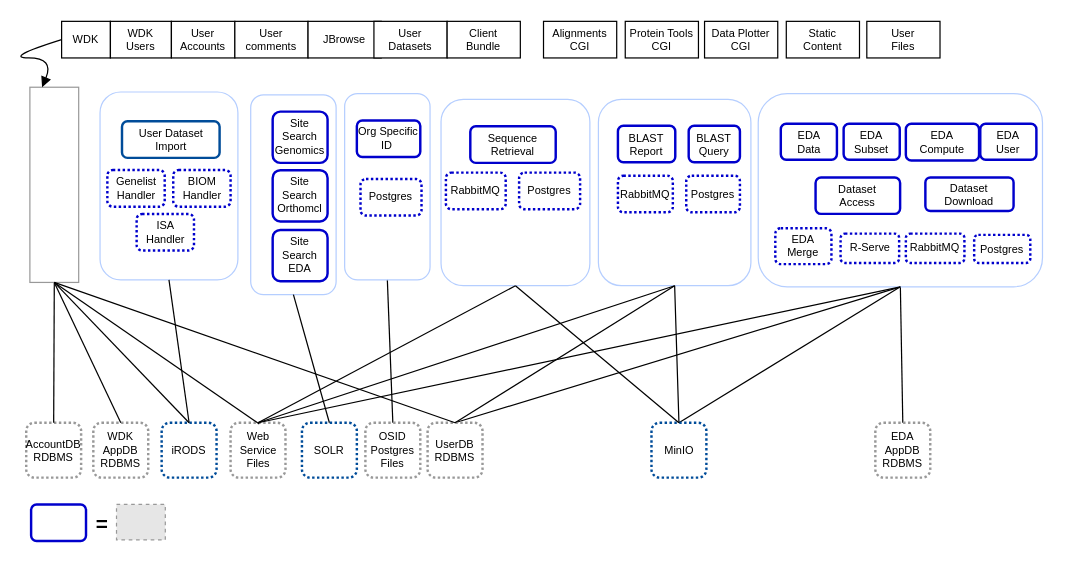
VEuPathDB/diagrams keeps this draw.io diagram as drawio/backend.drawio. Above is the earlier version. Source tidied: cells renumbered, new cells numbered last; positions are measured from the earlier drawing's top-left corner, leaving out a move shared by most shapes. Both pictures are drawn from the tidied source at 122%, with x=0, y=0 at pixel (2, 21). Pictures stored in the file or linked from it are replaced by grey dashed boxes.
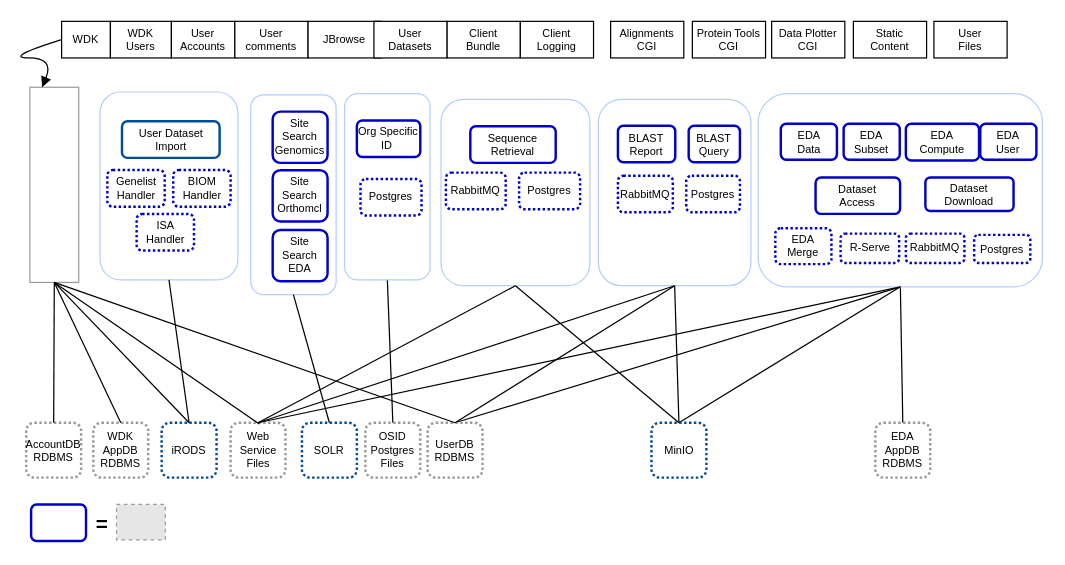
The same diagram, later.

Commit message:
add box for Client Logging

The edit, as a diff of the source:
```diff
@@
     <mxCell id="52" value="Data Plotter CGI" style="rounded=0;whiteSpace=wrap;html=1;fontSize=9;" parent="1" vertex="1">
-      <mxGeometry x="575" width="60" height="30" as="geometry" />
+      <mxGeometry x="630" width="60" height="30" as="geometry" />
     </mxCell>
@@
     <mxCell id="57" value="Alignments&lt;br&gt;CGI" style="rounded=0;whiteSpace=wrap;html=1;fontSize=9;" parent="1" vertex="1">
-      <mxGeometry x="443" width="60" height="30" as="geometry" />
+      <mxGeometry x="498" width="60" height="30" as="geometry" />
     </mxCell>
@@
     <mxCell id="60" value="Protein Tools&lt;br&gt;CGI" style="rounded=0;whiteSpace=wrap;html=1;fontSize=9;" parent="1" vertex="1">
-      <mxGeometry x="510" width="60" height="30" as="geometry" />
+      <mxGeometry x="565" width="60" height="30" as="geometry" />
     </mxCell>
@@
     <mxCell id="74" value="Static&lt;br&gt;Content" style="rounded=0;whiteSpace=wrap;html=1;fontSize=9;" parent="1" vertex="1">
-      <mxGeometry x="642" width="60" height="30" as="geometry" />
+      <mxGeometry x="697" width="60" height="30" as="geometry" />
     </mxCell>
     <mxCell id="75" value="User&lt;br&gt;Files" style="rounded=0;whiteSpace=wrap;html=1;fontSize=9;" parent="1" vertex="1">
-      <mxGeometry x="708" width="60" height="30" as="geometry" />
+      <mxGeometry x="763" width="60" height="30" as="geometry" />
     </mxCell>
@@
+    <mxCell id="77" value="Client&lt;br&gt;Logging" style="rounded=0;whiteSpace=wrap;html=1;fontSize=9;" parent="1" vertex="1">
+      <mxGeometry x="424" width="60" height="30" as="geometry" />
+    </mxCell>
```
